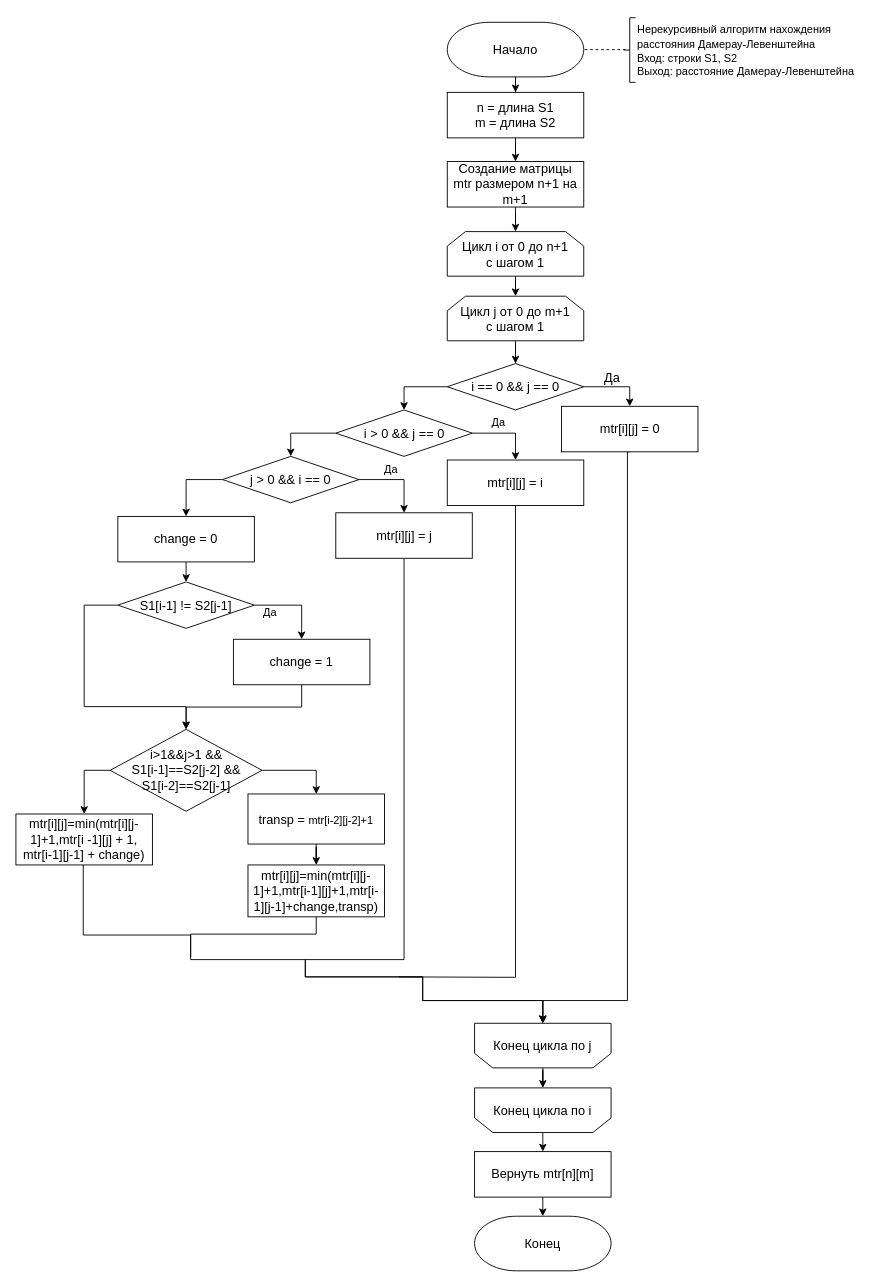
Ananasiika/bmstu-aa keeps this draw.io diagram as page "Д.-Л. нерукурсивная" (5 of 5) of lab_01/docs/img/algoritms.drawio. Above is the earlier version. Source tidied: cells renumbered, new cells numbered last; positions are measured from the earlier drawing's top-left corner, leaving out a move shared by most shapes. Both pictures are drawn from the tidied source at 91%, with x=0, y=0 at pixel (15, 15).
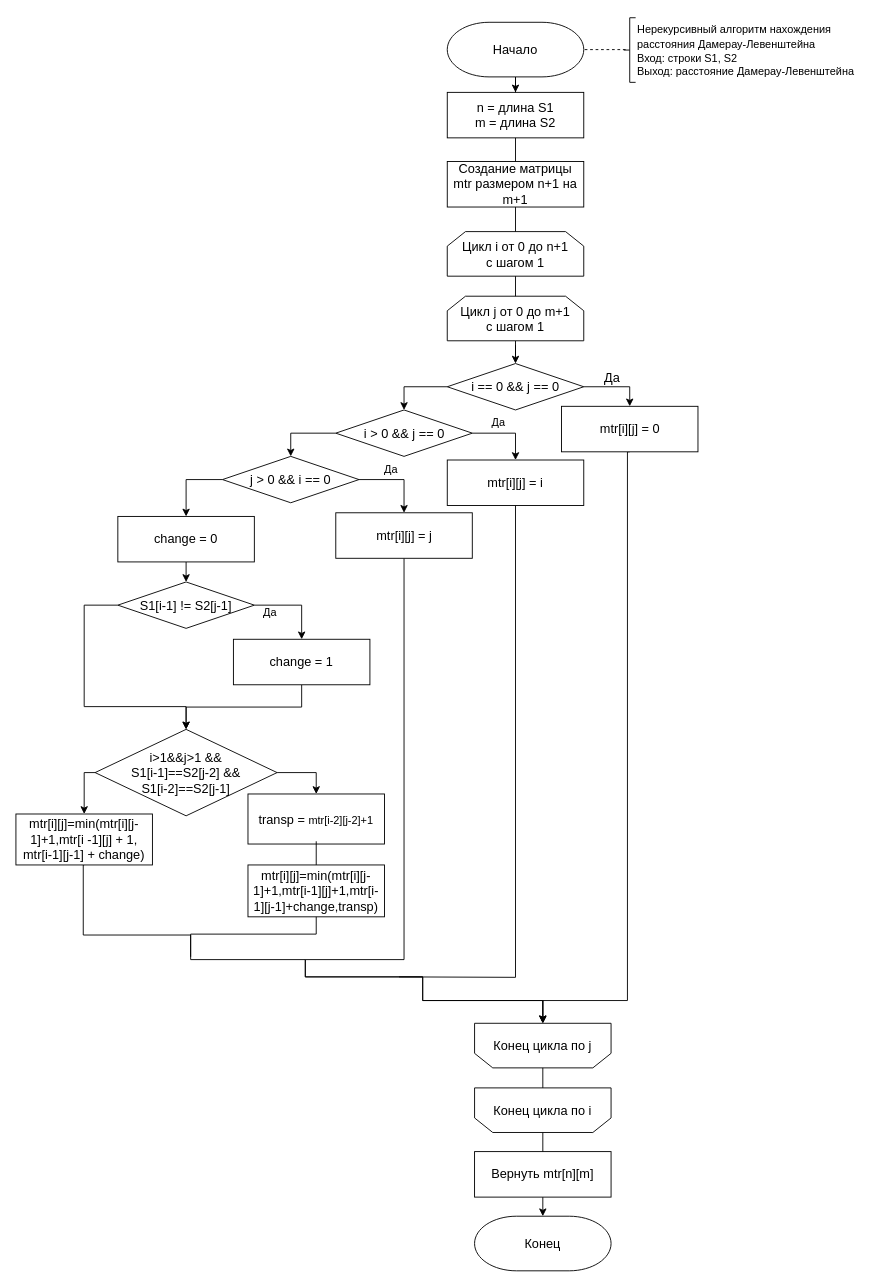
Above is the later version.

Unchanged cells that the change refers to:
```xml
<mxCell id="5" value="&lt;font style=&quot;font-size: 14px;&quot;&gt;n = длина S1&lt;br&gt;m = длина S2&lt;/font&gt;" style="rounded=0;whiteSpace=wrap;html=1;absoluteArcSize=1;arcSize=14;strokeWidth=1;" parent="1" vertex="1">
  <mxGeometry x="474" y="84" width="150" height="50" as="geometry" />
</mxCell>
<mxCell id="7" value="&lt;font style=&quot;font-size: 14px;&quot;&gt;Cоздание матрицы mtr размером n+1 на m+1&lt;/font&gt;" style="rounded=0;whiteSpace=wrap;html=1;absoluteArcSize=1;arcSize=14;strokeWidth=1;" parent="1" vertex="1">
  <mxGeometry x="474" y="160" width="150" height="50" as="geometry" />
</mxCell>
<mxCell id="33" value="&lt;font style=&quot;font-size: 14px;&quot;&gt;mtr[i][j]=min(mtr[i][j-1]+1,mtr[i-1][j]+1,mtr[i-1][j-1]+change,transp)&lt;/font&gt;" style="rounded=0;whiteSpace=wrap;html=1;absoluteArcSize=1;arcSize=14;strokeWidth=1;" parent="1" vertex="1">
  <mxGeometry x="255" y="933" width="150" height="57" as="geometry" />
</mxCell>
<mxCell id="35" value="&lt;font style=&quot;font-size: 14px;&quot;&gt;mtr[i][j]=min(mtr[i][j-1]+1,mtr[i -1][j] + 1,&lt;br style=&quot;&quot;&gt;mtr[i-1][j-1] + change)&lt;/font&gt;" style="rounded=0;whiteSpace=wrap;html=1;absoluteArcSize=1;arcSize=14;strokeWidth=1;" parent="1" vertex="1">
  <mxGeometry y="877" width="150" height="56" as="geometry" />
</mxCell>
<mxCell id="37" value="&lt;font style=&quot;font-size: 14px;&quot;&gt;Вернуть mtr[n][m]&lt;/font&gt;" style="rounded=0;whiteSpace=wrap;html=1;absoluteArcSize=1;arcSize=14;strokeWidth=1;" parent="1" vertex="1">
  <mxGeometry x="504" y="1248" width="150" height="50" as="geometry" />
</mxCell>
<mxCell id="40" value="&lt;font style=&quot;font-size: 14px;&quot;&gt;Цикл j от 0 до m+1&lt;br&gt;с шагом 1&lt;br&gt;&lt;/font&gt;" style="shape=loopLimit;whiteSpace=wrap;html=1;" parent="1" vertex="1">
  <mxGeometry x="474" y="308" width="150" height="49" as="geometry" />
</mxCell>
<mxCell id="42" value="&lt;font style=&quot;font-size: 14px;&quot;&gt;Цикл i от 0 до n+1&lt;br&gt;с шагом 1&lt;br&gt;&lt;/font&gt;" style="shape=loopLimit;whiteSpace=wrap;html=1;" parent="1" vertex="1">
  <mxGeometry x="474" y="237" width="150" height="49" as="geometry" />
</mxCell>
<mxCell id="44" value="&lt;font style=&quot;font-size: 14px;&quot;&gt;Конец цикла по i&lt;/font&gt;" style="shape=loopLimit;whiteSpace=wrap;html=1;flipV=1;" parent="1" vertex="1">
  <mxGeometry x="504" y="1178" width="150" height="49" as="geometry" />
</mxCell>
<mxCell id="46" value="&lt;font style=&quot;font-size: 14px;&quot;&gt;Конец цикла по j&lt;/font&gt;" style="shape=loopLimit;whiteSpace=wrap;html=1;flipV=1;" parent="1" vertex="1">
  <mxGeometry x="504" y="1107" width="150" height="49" as="geometry" />
</mxCell>
<mxCell id="52" value="&lt;span style=&quot;font-size: 14px;&quot;&gt;transp =&amp;nbsp;&lt;/span&gt;mtr[i-2][j-2]+1" style="rounded=0;whiteSpace=wrap;html=1;absoluteArcSize=1;arcSize=14;strokeWidth=1;" parent="1" vertex="1">
  <mxGeometry x="255" y="855" width="150" height="55" as="geometry" />
</mxCell>
```

Change to the diagram source:
```diff
@@
-    <mxCell id="4" style="edgeStyle=orthogonalEdgeStyle;rounded=0;jettySize=auto;html=1;exitX=0.5;exitY=1;exitDx=0;exitDy=0;" parent="1" edge="1" source="5" target="7">
-      <mxGeometry relative="1" as="geometry" />
-    </mxCell>
@@
-    <mxCell id="6" style="edgeStyle=orthogonalEdgeStyle;rounded=0;jettySize=auto;html=1;" parent="1" edge="1" source="7" target="42">
-      <mxGeometry relative="1" as="geometry" />
-    </mxCell>
@@
-    <mxCell id="30" style="edgeStyle=orthogonalEdgeStyle;rounded=0;jettySize=auto;html=1;exitX=0;exitY=0.5;exitDx=0;exitDy=0;exitPerimeter=0;fontSize=16;endArrow=classic;endFill=1;" parent="1" edge="1" source="32" target="35">
-      <mxGeometry relative="1" as="geometry" />
-    </mxCell>
@@
     <mxCell id="32" value="&lt;font style=&quot;font-size: 14px;&quot;&gt;i&amp;gt;1&amp;amp;&amp;amp;j&amp;gt;1 &amp;amp;&amp;amp;&lt;br style=&quot;&quot;&gt;S1[i-1]==S2[j-2] &amp;amp;&amp;amp;&lt;br style=&quot;&quot;&gt;S1[i-2]==S2[j-1]&lt;/font&gt;" style="strokeWidth=1;html=1;shape=mxgraph.flowchart.decision;whiteSpace=wrap;rounded=0;fontSize=11;" parent="1" vertex="1">
-      <mxGeometry x="103.5" y="784" width="167" height="90" as="geometry" />
+      <mxGeometry x="87" y="784" width="200" height="95" as="geometry" />
     </mxCell>
@@
-    <mxCell id="41" style="edgeStyle=orthogonalEdgeStyle;rounded=0;jettySize=auto;html=1;" parent="1" edge="1" source="42" target="40">
-      <mxGeometry relative="1" as="geometry" />
-    </mxCell>
@@
-    <mxCell id="43" style="edgeStyle=orthogonalEdgeStyle;rounded=0;jettySize=auto;html=1;exitX=0.5;exitY=1;exitDx=0;exitDy=0;entryX=0.5;entryY=0;entryDx=0;entryDy=0;" parent="1" edge="1" source="44" target="37">
-      <mxGeometry relative="1" as="geometry" />
-    </mxCell>
@@
-    <mxCell id="45" style="edgeStyle=orthogonalEdgeStyle;rounded=0;jettySize=auto;html=1;" parent="1" edge="1" source="46" target="44">
-      <mxGeometry relative="1" as="geometry" />
-    </mxCell>
@@
-    <mxCell id="51" style="edgeStyle=orthogonalEdgeStyle;rounded=0;jettySize=auto;html=1;exitX=0.5;exitY=1;exitDx=0;exitDy=0;" parent="1" edge="1" source="52" target="33">
-      <mxGeometry relative="1" as="geometry" />
-    </mxCell>
@@
+    <mxCell id="30" style="endArrow=classic;html=1;rounded=0;exitX=0;exitY=0.5;exitDx=0;exitDy=0;exitPerimeter=0;edgeStyle=orthogonalEdgeStyle;" parent="1" edge="1" source="32" target="35">
+      <mxGeometry relative="1" as="geometry" />
+    </mxCell>
+    <mxCell id="57" style="endArrow=none;html=1;rounded=0;" parent="1" edge="1" source="33">
+      <mxGeometry relative="1" as="geometry">
+        <mxPoint x="330" y="907" as="targetPoint" />
+      </mxGeometry>
+    </mxCell>
+    <mxCell id="58" style="endArrow=none;html=1;rounded=0;entryX=0.5;entryY=1;entryDx=0;entryDy=0;" parent="1" edge="1" source="44" target="46">
+      <mxGeometry relative="1" as="geometry" />
+    </mxCell>
+    <mxCell id="59" style="endArrow=none;html=1;rounded=0;entryX=0.5;entryY=1;entryDx=0;entryDy=0;" parent="1" edge="1" source="37" target="44">
+      <mxGeometry relative="1" as="geometry" />
+    </mxCell>
+    <mxCell id="60" style="endArrow=none;html=1;rounded=0;entryX=0.5;entryY=1;entryDx=0;entryDy=0;" parent="1" edge="1" source="7" target="5">
+      <mxGeometry relative="1" as="geometry" />
+    </mxCell>
+    <mxCell id="61" style="endArrow=none;html=1;rounded=0;entryX=0.5;entryY=1;entryDx=0;entryDy=0;" parent="1" edge="1" source="42" target="7">
+      <mxGeometry relative="1" as="geometry" />
+    </mxCell>
+    <mxCell id="62" style="endArrow=none;html=1;rounded=0;entryX=0.5;entryY=1;entryDx=0;entryDy=0;" parent="1" edge="1" source="40" target="42">
+      <mxGeometry relative="1" as="geometry" />
+    </mxCell>
```
